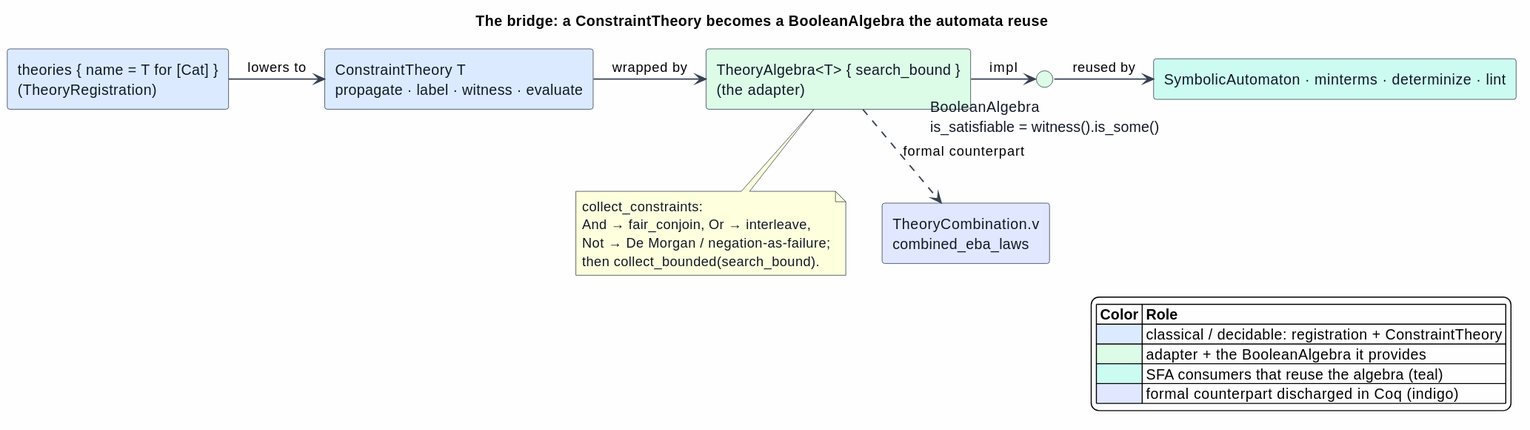
Before: docs/architecture/semantic-predicates/figures/13-theory-algebra-bridge.svg, a diagram exported from PlantUML (F1R3FLY-io/mettail-rust).
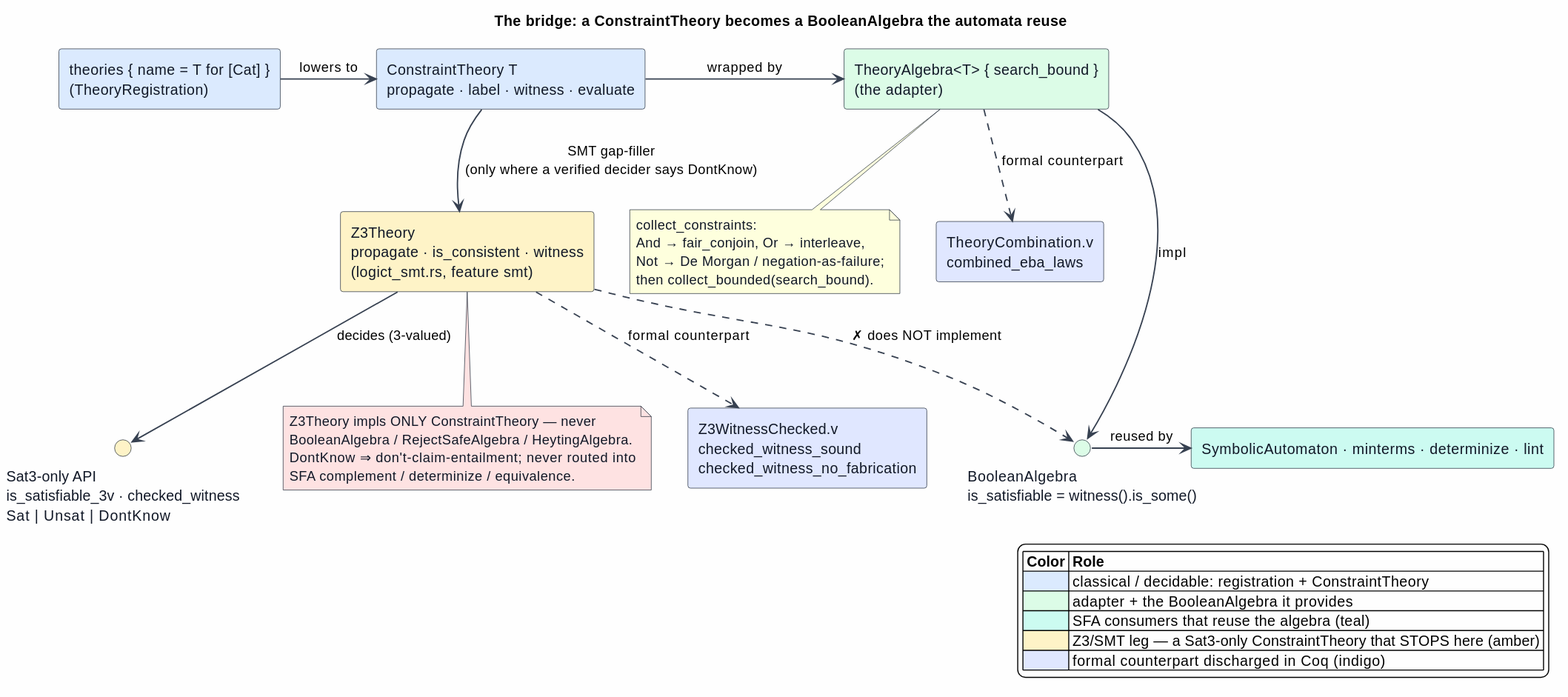
After the commit.

Change to the diagram source:
```diff
@@ -40,11 +40,29 @@
 component "TheoryCombination.v\ncombined_eba_laws" as Formal #E0E7FF
 Adapter ..> Formal : formal counterpart
 
+component "Z3Theory\npropagate · is_consistent · witness\n(logict_smt.rs, feature smt)" as Z3 #FEF3C7
+interface "Sat3-only API\nis_satisfiable_3v · checked_witness\nSat | Unsat | DontKnow" as Sat3 #FEF3C7
+
+Theory -down-> Z3   : SMT gap-filler\n(only where a verified decider says DontKnow)
+Z3     -down-> Sat3 : decides (3-valued)
+Z3     ..>     BA   : ✗ does NOT implement
+
+note bottom of Z3 #FEE2E2
+  Z3Theory impls ONLY ConstraintTheory — never
+  BooleanAlgebra / RejectSafeAlgebra / HeytingAlgebra.
+  DontKnow ⇒ don't-claim-entailment; never routed into
+  SFA complement / determinize / equivalence.
+end note
+
+component "Z3WitnessChecked.v\nchecked_witness_sound\nchecked_witness_no_fabrication" as ZForm #E0E7FF
+Z3 ..> ZForm : formal counterpart
+
 legend right
 |= Color |= Role |
 |<#DBEAFE> | classical / decidable: registration + ConstraintTheory |
 |<#DCFCE7> | adapter + the BooleanAlgebra it provides |
 |<#CCFBF1> | SFA consumers that reuse the algebra (teal) |
+|<#FEF3C7> | Z3/SMT leg — a Sat3-only ConstraintTheory that STOPS here (amber) |
 |<#E0E7FF> | formal counterpart discharged in Coq (indigo) |
 endlegend
 @enduml
```
